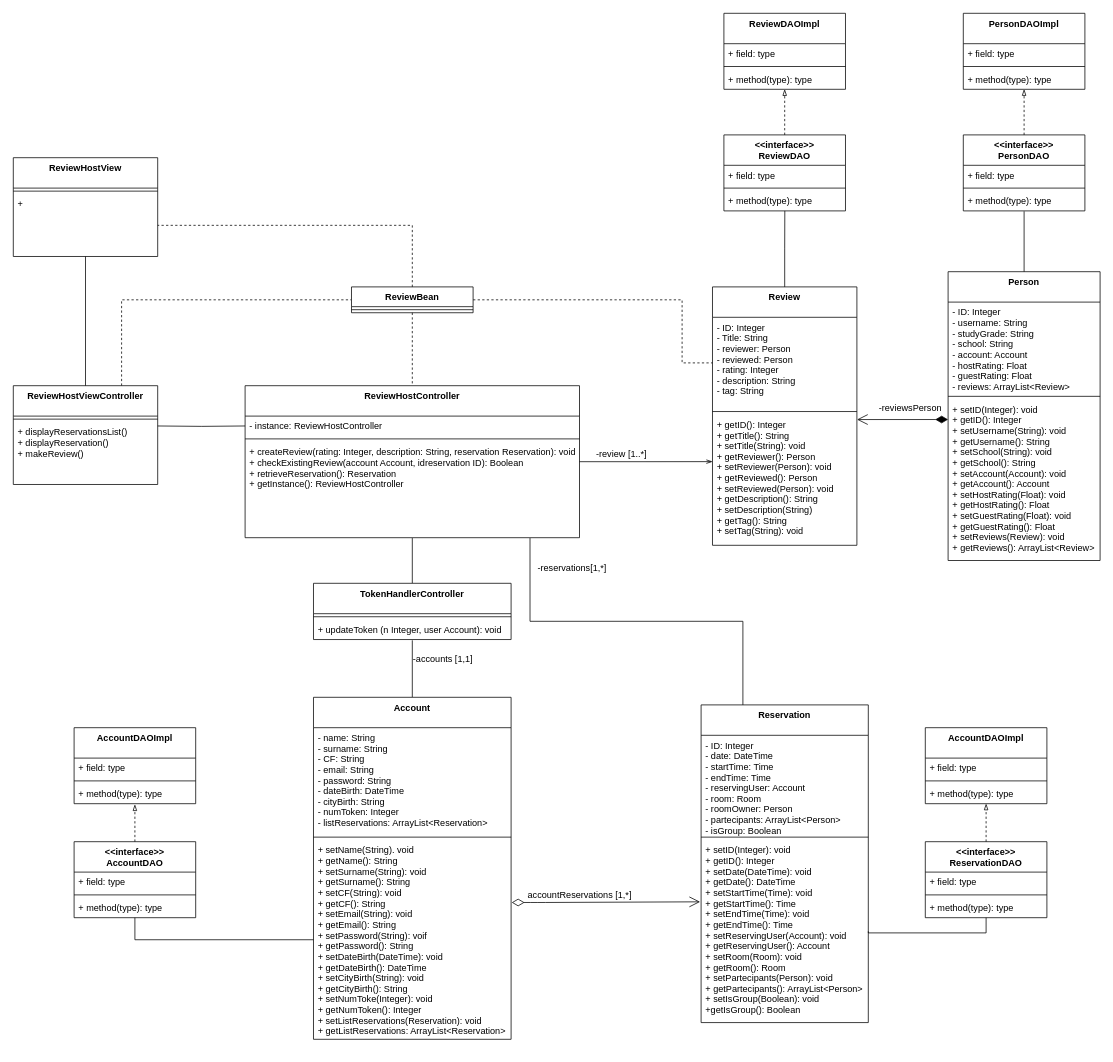
The draw.io diagram Deliverables/Design Level Class Diagram/DLCD ReviewHost Agostinelli.drawio in nic-agos/DoveStudi, before the edit. Source tidied: cells renumbered, new cells numbered last; positions are measured from the earlier drawing's top-left corner, leaving out a move shared by most shapes. Both pictures are drawn from the tidied source at 76%, with x=0, y=0 at pixel (13, 13).
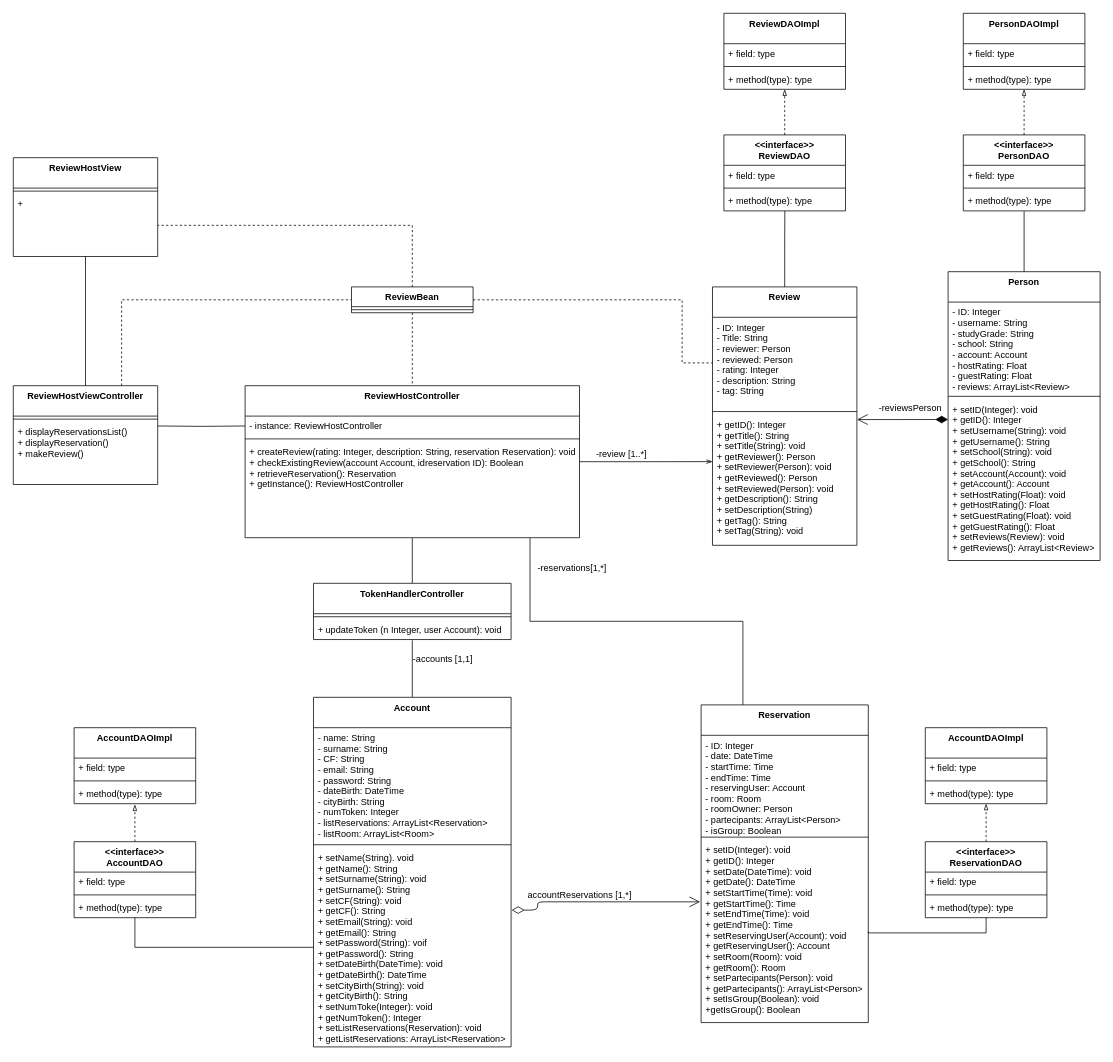
Above is the later version.

Commit message:
added listRoom attribute to Account

Change to the diagram source:
```diff
@@
     <mxCell id="16" value="Account" style="swimlane;fontStyle=1;align=center;verticalAlign=top;horizontal=1;startSize=40;" parent="1" vertex="1">
-      <mxGeometry x="395" y="900" width="260" height="450" as="geometry" />
+      <mxGeometry x="395" y="900" width="260" height="460" as="geometry" />
     </mxCell>
-    <mxCell id="17" value="- name: String&#10;- surname: String&#10;- CF: String&#10;- email: String&#10;- password: String&#10;- dateBirth: DateTime&#10;- cityBirth: String&#10;- numToken: Integer&#10;- listReservations: ArrayList&lt;Reservation&gt;" style="text;strokeColor=none;fillColor=none;align=left;verticalAlign=top;spacingLeft=4;spacingRight=4;overflow=hidden;" parent="16" vertex="1">
-      <mxGeometry y="40" width="260" height="140" as="geometry" />
+    <mxCell id="17" value="- name: String&#10;- surname: String&#10;- CF: String&#10;- email: String&#10;- password: String&#10;- dateBirth: DateTime&#10;- cityBirth: String&#10;- numToken: Integer&#10;- listReservations: ArrayList&lt;Reservation&gt;&#10;- listRoom: ArrayList&lt;Room&gt;" style="text;strokeColor=none;fillColor=none;align=left;verticalAlign=top;spacingLeft=4;spacingRight=4;overflow=hidden;" parent="16" vertex="1">
+      <mxGeometry y="40" width="260" height="150" as="geometry" />
     </mxCell>
     <mxCell id="18" style="line;strokeWidth=1;fillColor=none;align=left;verticalAlign=middle;spacingTop=-1;spacingLeft=3;spacingRight=3;labelPosition=right;" parent="16" vertex="1">
-      <mxGeometry y="180" width="260" height="8" as="geometry" />
+      <mxGeometry y="190" width="260" height="8" as="geometry" />
     </mxCell>
     <mxCell id="19" value="+ setName(String). void&#10;+ getName(): String&#10;+ setSurname(String): void&#10;+ getSurname(): String&#10;+ setCF(String): void&#10;+ getCF(): String&#10;+ setEmail(String): void&#10;+ getEmail(): String&#10;+ setPassword(String): voif&#10;+ getPassword(): String&#10;+ setDateBirth(DateTime): void&#10;+ getDateBirth(): DateTime&#10;+ setCityBirth(String): void&#10;+ getCityBirth(): String&#10;+ setNumToke(Integer): void&#10;+ getNumToken(): Integer&#10;+ setListReservations(Reservation): void&#10;+ getListReservations: ArrayList&lt;Reservation&gt;&#10;&#10;" style="text;strokeColor=none;fillColor=none;align=left;verticalAlign=top;spacingLeft=4;spacingRight=4;overflow=hidden;points=[[0,0.5],[1,0.5]];portConstraint=eastwest;" parent="16" vertex="1">
-      <mxGeometry y="188" width="260" height="262" as="geometry" />
+      <mxGeometry y="198" width="260" height="262" as="geometry" />
     </mxCell>
```
